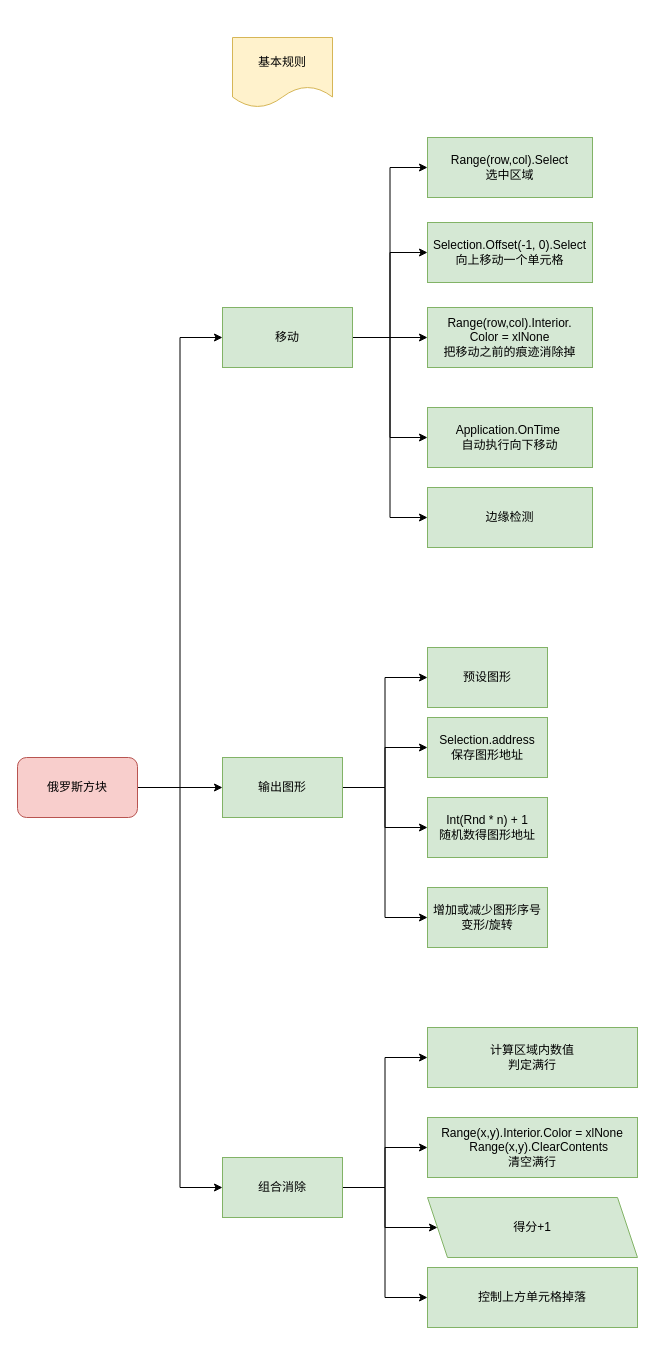
Above: 未命名绘图.drawio in javakenny/Drawio (draw.io), before the change. Source tidied: cells renumbered, new cells numbered last; positions are measured from the earlier drawing's top-left corner, leaving out a move shared by most shapes. Both pictures are drawn from the tidied source at 100%, with x=0, y=0 at pixel (17, 37).
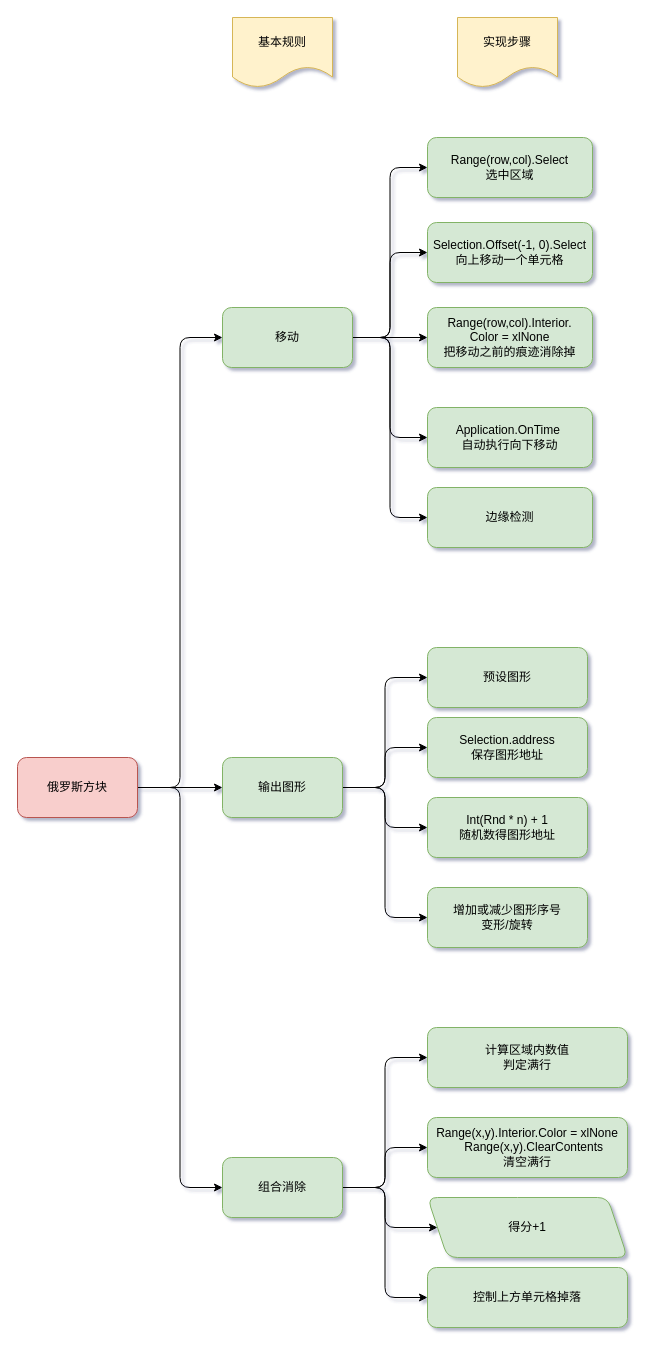
The same diagram, later.

Commit message:
更新未命名绘图.drawio

Change to the diagram source:
```diff
@@
-<mxGraphModel>
+<mxGraphModel shadow="1">
@@
-    <mxCell id="2" style="edgeStyle=orthogonalEdgeStyle;rounded=0;jettySize=auto;html=1;entryX=0;entryY=0.5;entryDx=0;entryDy=0;" parent="1" edge="1" source="5" target="11">
+    <mxCell id="2" style="edgeStyle=orthogonalEdgeStyle;jettySize=auto;html=1;entryX=0;entryY=0.5;entryDx=0;entryDy=0;" parent="1" edge="1" source="5" target="11">
       <mxGeometry relative="1" as="geometry" />
     </mxCell>
-    <mxCell id="3" style="edgeStyle=orthogonalEdgeStyle;rounded=0;jettySize=auto;html=1;entryX=0;entryY=0.5;entryDx=0;entryDy=0;" parent="1" edge="1" source="5" target="16">
+    <mxCell id="3" style="edgeStyle=orthogonalEdgeStyle;jettySize=auto;html=1;entryX=0;entryY=0.5;entryDx=0;entryDy=0;" parent="1" edge="1" source="5" target="16">
       <mxGeometry relative="1" as="geometry" />
     </mxCell>
-    <mxCell id="4" style="edgeStyle=orthogonalEdgeStyle;rounded=0;jettySize=auto;html=1;entryX=0;entryY=0.5;entryDx=0;entryDy=0;" parent="1" edge="1" source="5" target="25">
+    <mxCell id="4" style="edgeStyle=orthogonalEdgeStyle;jettySize=auto;html=1;entryX=0;entryY=0.5;entryDx=0;entryDy=0;" parent="1" edge="1" source="5" target="25">
       <mxGeometry relative="1" as="geometry" />
     </mxCell>
-    <mxCell id="5" value="俄罗斯方块" style="rounded=1;whiteSpace=wrap;html=1;fillColor=#f8cecc;strokeColor=#b85450;" parent="1" vertex="1">
+    <mxCell id="5" value="俄罗斯方块" style="whiteSpace=wrap;html=1;fillColor=#f8cecc;strokeColor=#b85450;rounded=1;" parent="1" vertex="1">
       <mxGeometry y="720" width="120" height="60" as="geometry" />
     </mxCell>
-    <mxCell id="6" style="edgeStyle=orthogonalEdgeStyle;rounded=0;jettySize=auto;html=1;entryX=0;entryY=0.5;entryDx=0;entryDy=0;" parent="1" edge="1" source="11" target="19">
+    <mxCell id="6" style="edgeStyle=orthogonalEdgeStyle;jettySize=auto;html=1;entryX=0;entryY=0.5;entryDx=0;entryDy=0;" parent="1" edge="1" source="11" target="19">
       <mxGeometry relative="1" as="geometry" />
     </mxCell>
-    <mxCell id="7" style="edgeStyle=orthogonalEdgeStyle;rounded=0;jettySize=auto;html=1;entryX=0;entryY=0.5;entryDx=0;entryDy=0;" parent="1" edge="1" source="11" target="20">
+    <mxCell id="7" style="edgeStyle=orthogonalEdgeStyle;jettySize=auto;html=1;entryX=0;entryY=0.5;entryDx=0;entryDy=0;" parent="1" edge="1" source="11" target="20">
       <mxGeometry relative="1" as="geometry" />
     </mxCell>
-    <mxCell id="8" style="edgeStyle=orthogonalEdgeStyle;rounded=0;jettySize=auto;html=1;entryX=0;entryY=0.5;entryDx=0;entryDy=0;" parent="1" edge="1" source="11" target="18">
+    <mxCell id="8" style="edgeStyle=orthogonalEdgeStyle;jettySize=auto;html=1;entryX=0;entryY=0.5;entryDx=0;entryDy=0;" parent="1" edge="1" source="11" target="18">
       <mxGeometry relative="1" as="geometry" />
     </mxCell>
-    <mxCell id="9" style="edgeStyle=orthogonalEdgeStyle;rounded=0;jettySize=auto;html=1;entryX=0;entryY=0.5;entryDx=0;entryDy=0;" parent="1" edge="1" source="11" target="26">
+    <mxCell id="9" style="edgeStyle=orthogonalEdgeStyle;jettySize=auto;html=1;entryX=0;entryY=0.5;entryDx=0;entryDy=0;" parent="1" edge="1" source="11" target="26">
       <mxGeometry relative="1" as="geometry" />
     </mxCell>
-    <mxCell id="10" style="edgeStyle=orthogonalEdgeStyle;rounded=0;jettySize=auto;html=1;entryX=0;entryY=0.5;entryDx=0;entryDy=0;" parent="1" edge="1" source="11" target="27">
+    <mxCell id="10" style="edgeStyle=orthogonalEdgeStyle;jettySize=auto;html=1;entryX=0;entryY=0.5;entryDx=0;entryDy=0;" parent="1" edge="1" source="11" target="27">
       <mxGeometry relative="1" as="geometry" />
     </mxCell>
-    <mxCell id="11" value="移动" style="rounded=0;whiteSpace=wrap;html=1;fillColor=#d5e8d4;strokeColor=#82b366;" parent="1" vertex="1">
+    <mxCell id="11" value="移动" style="whiteSpace=wrap;html=1;fillColor=#d5e8d4;strokeColor=#82b366;rounded=1;" parent="1" vertex="1">
       <mxGeometry x="205" y="270" width="130" height="60" as="geometry" />
     </mxCell>
-    <mxCell id="12" style="edgeStyle=orthogonalEdgeStyle;rounded=0;jettySize=auto;html=1;entryX=0;entryY=0.5;entryDx=0;entryDy=0;" parent="1" edge="1" source="16" target="34">
+    <mxCell id="12" style="edgeStyle=orthogonalEdgeStyle;jettySize=auto;html=1;entryX=0;entryY=0.5;entryDx=0;entryDy=0;" parent="1" edge="1" source="16" target="34">
       <mxGeometry relative="1" as="geometry" />
     </mxCell>
-    <mxCell id="13" style="edgeStyle=orthogonalEdgeStyle;rounded=0;jettySize=auto;html=1;entryX=0;entryY=0.5;entryDx=0;entryDy=0;" parent="1" edge="1" source="16" target="32">
+    <mxCell id="13" style="edgeStyle=orthogonalEdgeStyle;jettySize=auto;html=1;entryX=0;entryY=0.5;entryDx=0;entryDy=0;" parent="1" edge="1" source="16" target="32">
       <mxGeometry relative="1" as="geometry" />
     </mxCell>
-    <mxCell id="14" style="edgeStyle=orthogonalEdgeStyle;rounded=0;jettySize=auto;html=1;" parent="1" edge="1" source="16" target="35">
+    <mxCell id="14" style="edgeStyle=orthogonalEdgeStyle;jettySize=auto;html=1;" parent="1" edge="1" source="16" target="35">
       <mxGeometry relative="1" as="geometry" />
     </mxCell>
-    <mxCell id="15" style="edgeStyle=orthogonalEdgeStyle;rounded=0;jettySize=auto;html=1;entryX=0;entryY=0.5;entryDx=0;entryDy=0;" parent="1" edge="1" source="16" target="33">
+    <mxCell id="15" style="edgeStyle=orthogonalEdgeStyle;jettySize=auto;html=1;entryX=0;entryY=0.5;entryDx=0;entryDy=0;" parent="1" edge="1" source="16" target="33">
       <mxGeometry relative="1" as="geometry" />
     </mxCell>
-    <mxCell id="16" value="组合消除" style="rounded=0;whiteSpace=wrap;html=1;fillColor=#d5e8d4;strokeColor=#82b366;" parent="1" vertex="1">
+    <mxCell id="16" value="组合消除" style="whiteSpace=wrap;html=1;fillColor=#d5e8d4;strokeColor=#82b366;rounded=1;" parent="1" vertex="1">
       <mxGeometry x="205" y="1120" width="120" height="60" as="geometry" />
     </mxCell>
-    <mxCell id="17" value="基本规则" style="shape=document;whiteSpace=wrap;html=1;boundedLbl=1;fillColor=#fff2cc;strokeColor=#d6b656;" parent="1" vertex="1">
-      <mxGeometry x="215" width="100" height="70" as="geometry" />
+    <mxCell id="17" value="基本规则" style="shape=document;whiteSpace=wrap;html=1;boundedLbl=1;fillColor=#fff2cc;strokeColor=#d6b656;rounded=1;" parent="1" vertex="1">
+      <mxGeometry x="215" y="-20" width="100" height="70" as="geometry" />
     </mxCell>
-    <mxCell id="18" value="Range(row,col).Select&lt;br&gt;选中区域" style="whiteSpace=wrap;html=1;rounded=0;strokeColor=#82b366;fillColor=#d5e8d4;" parent="1" vertex="1">
+    <mxCell id="18" value="Range(row,col).Select&lt;br&gt;选中区域" style="whiteSpace=wrap;html=1;strokeColor=#82b366;fillColor=#d5e8d4;rounded=1;" parent="1" vertex="1">
       <mxGeometry x="410" y="100" width="165" height="60" as="geometry" />
     </mxCell>
-    <mxCell id="19" value="Selection.Offset(-1, 0).Select&lt;br&gt;向上移动一个单元格" style="rounded=0;whiteSpace=wrap;html=1;fillColor=#d5e8d4;strokeColor=#82b366;" parent="1" vertex="1">
+    <mxCell id="19" value="Selection.Offset(-1, 0).Select&lt;br&gt;向上移动一个单元格" style="whiteSpace=wrap;html=1;fillColor=#d5e8d4;strokeColor=#82b366;rounded=1;" parent="1" vertex="1">
       <mxGeometry x="410" y="185" width="165" height="60" as="geometry" />
     </mxCell>
-    <mxCell id="20" value="&lt;span&gt;Range(row,col).&lt;/span&gt;Interior.&lt;br&gt;Color = xlNone&lt;br&gt;把移动之前的痕迹消除掉" style="rounded=0;whiteSpace=wrap;html=1;fillColor=#d5e8d4;strokeColor=#82b366;" parent="1" vertex="1">
+    <mxCell id="20" value="&lt;span&gt;Range(row,col).&lt;/span&gt;Interior.&lt;br&gt;Color = xlNone&lt;br&gt;把移动之前的痕迹消除掉" style="whiteSpace=wrap;html=1;fillColor=#d5e8d4;strokeColor=#82b366;rounded=1;" parent="1" vertex="1">
       <mxGeometry x="410" y="270" width="165" height="60" as="geometry" />
     </mxCell>
-    <mxCell id="21" style="edgeStyle=orthogonalEdgeStyle;rounded=0;jettySize=auto;html=1;entryX=0;entryY=0.5;entryDx=0;entryDy=0;" parent="1" edge="1" source="25" target="28">
+    <mxCell id="21" style="edgeStyle=orthogonalEdgeStyle;jettySize=auto;html=1;entryX=0;entryY=0.5;entryDx=0;entryDy=0;" parent="1" edge="1" source="25" target="28">
       <mxGeometry relative="1" as="geometry" />
     </mxCell>
-    <mxCell id="22" style="edgeStyle=orthogonalEdgeStyle;rounded=0;jettySize=auto;html=1;entryX=0;entryY=0.5;entryDx=0;entryDy=0;" parent="1" edge="1" source="25" target="29">
+    <mxCell id="22" style="edgeStyle=orthogonalEdgeStyle;jettySize=auto;html=1;entryX=0;entryY=0.5;entryDx=0;entryDy=0;" parent="1" edge="1" source="25" target="29">
       <mxGeometry relative="1" as="geometry" />
     </mxCell>
-    <mxCell id="23" style="edgeStyle=orthogonalEdgeStyle;rounded=0;jettySize=auto;html=1;entryX=0;entryY=0.5;entryDx=0;entryDy=0;" parent="1" edge="1" source="25" target="30">
+    <mxCell id="23" style="edgeStyle=orthogonalEdgeStyle;jettySize=auto;html=1;entryX=0;entryY=0.5;entryDx=0;entryDy=0;" parent="1" edge="1" source="25" target="30">
       <mxGeometry relative="1" as="geometry" />
     </mxCell>
-    <mxCell id="24" style="edgeStyle=orthogonalEdgeStyle;rounded=0;jettySize=auto;html=1;entryX=0;entryY=0.5;entryDx=0;entryDy=0;" parent="1" edge="1" source="25" target="31">
+    <mxCell id="24" style="edgeStyle=orthogonalEdgeStyle;jettySize=auto;html=1;entryX=0;entryY=0.5;entryDx=0;entryDy=0;" parent="1" edge="1" source="25" target="31">
       <mxGeometry relative="1" as="geometry" />
     </mxCell>
-    <mxCell id="25" value="输出图形" style="rounded=0;whiteSpace=wrap;html=1;fillColor=#d5e8d4;strokeColor=#82b366;" parent="1" vertex="1">
+    <mxCell id="25" value="输出图形" style="whiteSpace=wrap;html=1;fillColor=#d5e8d4;strokeColor=#82b366;rounded=1;" parent="1" vertex="1">
       <mxGeometry x="205" y="720" width="120" height="60" as="geometry" />
     </mxCell>
-    <mxCell id="26" value="Application.OnTime&amp;nbsp;&lt;br&gt;自动执行向下移动" style="rounded=0;whiteSpace=wrap;html=1;fillColor=#d5e8d4;strokeColor=#82b366;" parent="1" vertex="1">
+    <mxCell id="26" value="Application.OnTime&amp;nbsp;&lt;br&gt;自动执行向下移动" style="whiteSpace=wrap;html=1;fillColor=#d5e8d4;strokeColor=#82b366;rounded=1;" parent="1" vertex="1">
       <mxGeometry x="410" y="370" width="165" height="60" as="geometry" />
     </mxCell>
-    <mxCell id="27" value="边缘检测" style="rounded=0;whiteSpace=wrap;html=1;fillColor=#d5e8d4;strokeColor=#82b366;" parent="1" vertex="1">
+    <mxCell id="27" value="边缘检测" style="whiteSpace=wrap;html=1;fillColor=#d5e8d4;strokeColor=#82b366;rounded=1;" parent="1" vertex="1">
       <mxGeometry x="410" y="450" width="165" height="60" as="geometry" />
     </mxCell>
-    <mxCell id="28" value="预设图形" style="rounded=0;whiteSpace=wrap;html=1;fillColor=#d5e8d4;strokeColor=#82b366;" parent="1" vertex="1">
-      <mxGeometry x="410" y="610" width="120" height="60" as="geometry" />
+    <mxCell id="28" value="预设图形" style="whiteSpace=wrap;html=1;fillColor=#d5e8d4;strokeColor=#82b366;rounded=1;" parent="1" vertex="1">
+      <mxGeometry x="410" y="610" width="160" height="60" as="geometry" />
     </mxCell>
-    <mxCell id="29" value="Selection.address&lt;br&gt;保存图形地址" style="rounded=0;whiteSpace=wrap;html=1;fillColor=#d5e8d4;strokeColor=#82b366;" parent="1" vertex="1">
-      <mxGeometry x="410" y="680" width="120" height="60" as="geometry" />
+    <mxCell id="29" value="Selection.address&lt;br&gt;保存图形地址" style="whiteSpace=wrap;html=1;fillColor=#d5e8d4;strokeColor=#82b366;rounded=1;" parent="1" vertex="1">
+      <mxGeometry x="410" y="680" width="160" height="60" as="geometry" />
     </mxCell>
-    <mxCell id="30" value="Int(Rnd * n) + 1&lt;br&gt;随机数得图形地址" style="rounded=0;whiteSpace=wrap;html=1;fillColor=#d5e8d4;strokeColor=#82b366;" parent="1" vertex="1">
-      <mxGeometry x="410" y="760" width="120" height="60" as="geometry" />
+    <mxCell id="30" value="Int(Rnd * n) + 1&lt;br&gt;随机数得图形地址" style="whiteSpace=wrap;html=1;fillColor=#d5e8d4;strokeColor=#82b366;rounded=1;" parent="1" vertex="1">
+      <mxGeometry x="410" y="760" width="160" height="60" as="geometry" />
     </mxCell>
-    <mxCell id="31" value="增加或减少图形序号&lt;br&gt;变形/旋转" style="rounded=0;whiteSpace=wrap;html=1;fillColor=#d5e8d4;strokeColor=#82b366;" parent="1" vertex="1">
-      <mxGeometry x="410" y="850" width="120" height="60" as="geometry" />
+    <mxCell id="31" value="增加或减少图形序号&lt;br&gt;变形/旋转" style="whiteSpace=wrap;html=1;fillColor=#d5e8d4;strokeColor=#82b366;rounded=1;" parent="1" vertex="1">
+      <mxGeometry x="410" y="850" width="160" height="60" as="geometry" />
     </mxCell>
-    <mxCell id="32" value="计算区域内数值&lt;br&gt;判定满行" style="rounded=0;whiteSpace=wrap;html=1;fillColor=#d5e8d4;strokeColor=#82b366;flipV=1;" parent="1" vertex="1">
-      <mxGeometry x="410" y="990" width="210" height="60" as="geometry" />
+    <mxCell id="32" value="计算区域内数值&lt;br&gt;判定满行" style="whiteSpace=wrap;html=1;fillColor=#d5e8d4;strokeColor=#82b366;flipV=1;rounded=1;" parent="1" vertex="1">
+      <mxGeometry x="410" y="990" width="200" height="60" as="geometry" />
     </mxCell>
-    <mxCell id="33" value="&lt;div&gt;Range(x,y).Interior.Color = xlNone&lt;/div&gt;&lt;div&gt;&amp;nbsp; &amp;nbsp; Range(x,y).ClearContents&lt;/div&gt;清空满行" style="rounded=0;whiteSpace=wrap;html=1;fillColor=#d5e8d4;strokeColor=#82b366;flipV=1;" parent="1" vertex="1">
-      <mxGeometry x="410" y="1080" width="210" height="60" as="geometry" />
+    <mxCell id="33" value="&lt;div&gt;Range(x,y).Interior.Color = xlNone&lt;/div&gt;&lt;div&gt;&amp;nbsp; &amp;nbsp; Range(x,y).ClearContents&lt;/div&gt;清空满行" style="whiteSpace=wrap;html=1;fillColor=#d5e8d4;strokeColor=#82b366;flipV=1;rounded=1;" parent="1" vertex="1">
+      <mxGeometry x="410" y="1080" width="200" height="60" as="geometry" />
     </mxCell>
-    <mxCell id="34" value="控制上方单元格掉落" style="rounded=0;whiteSpace=wrap;html=1;fillColor=#d5e8d4;strokeColor=#82b366;flipV=1;" parent="1" vertex="1">
-      <mxGeometry x="410" y="1230" width="210" height="60" as="geometry" />
+    <mxCell id="34" value="控制上方单元格掉落" style="whiteSpace=wrap;html=1;fillColor=#d5e8d4;strokeColor=#82b366;flipV=1;rounded=1;" parent="1" vertex="1">
+      <mxGeometry x="410" y="1230" width="200" height="60" as="geometry" />
     </mxCell>
-    <mxCell id="35" value="得分+1" style="shape=parallelogram;perimeter=parallelogramPerimeter;whiteSpace=wrap;html=1;fixedSize=1;fillColor=#d5e8d4;strokeColor=#82b366;flipV=1;" parent="1" vertex="1">
-      <mxGeometry x="410" y="1160" width="210" height="60" as="geometry" />
+    <mxCell id="35" value="得分+1" style="shape=parallelogram;perimeter=parallelogramPerimeter;whiteSpace=wrap;html=1;fixedSize=1;fillColor=#d5e8d4;strokeColor=#82b366;flipV=1;rounded=1;" parent="1" vertex="1">
+      <mxGeometry x="410" y="1160" width="200" height="60" as="geometry" />
     </mxCell>
+    <mxCell id="36" value="实现步骤" style="shape=document;whiteSpace=wrap;html=1;boundedLbl=1;fillColor=#fff2cc;strokeColor=#d6b656;rounded=1;" parent="1" vertex="1">
+      <mxGeometry x="440" y="-20" width="100" height="70" as="geometry" />
+    </mxCell>
```
